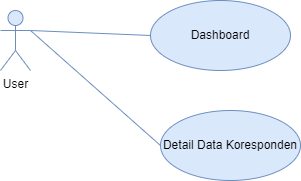
Earlier version of the draw.io export assets/Use Case - UTS Mobile.drawio.png (Muhammad-Al-Kindy/Mobile_Programming_Final_Exams). Source tidied: cells renumbered, new cells last; positions are measured from the earlier drawing's top-left corner, leaving out a move shared by most shapes.
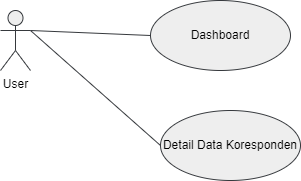
The same diagram one commit later.

Diff of the diagram source:
```diff
@@ -2,19 +2,19 @@
   <root>
     <mxCell id="0" />
     <mxCell id="1" parent="0" />
-    <mxCell id="2" style="rounded=0;jettySize=auto;html=1;endArrow=none;endFill=0;entryX=0;entryY=0.5;entryDx=0;entryDy=0;exitX=1;exitY=0.3333333333333333;exitDx=0;exitDy=0;exitPerimeter=0;fillColor=#dae8fc;strokeColor=#6c8ebf;" parent="1" edge="1" source="3" target="4">
+    <mxCell id="2" style="rounded=0;jettySize=auto;html=1;endArrow=none;endFill=0;entryX=0;entryY=0.5;entryDx=0;entryDy=0;exitX=1;exitY=0.3333333333333333;exitDx=0;exitDy=0;exitPerimeter=0;fillColor=#eeeeee;strokeColor=#36393d;" parent="1" edge="1" source="3" target="4">
       <mxGeometry relative="1" as="geometry" />
     </mxCell>
-    <mxCell id="3" value="User" style="shape=umlActor;verticalLabelPosition=bottom;verticalAlign=top;html=1;fillColor=#dae8fc;strokeColor=#6c8ebf;" parent="1" vertex="1">
+    <mxCell id="3" value="User" style="shape=umlActor;verticalLabelPosition=bottom;verticalAlign=top;html=1;fillColor=#eeeeee;strokeColor=#36393d;" parent="1" vertex="1">
       <mxGeometry y="10" width="30" height="60" as="geometry" />
     </mxCell>
-    <mxCell id="4" value="Dashboard" style="ellipse;whiteSpace=wrap;html=1;fillColor=#dae8fc;strokeColor=#6c8ebf;" parent="1" vertex="1">
+    <mxCell id="4" value="Dashboard" style="ellipse;whiteSpace=wrap;html=1;fillColor=#eeeeee;strokeColor=#36393d;" parent="1" vertex="1">
       <mxGeometry x="150" width="140" height="70" as="geometry" />
     </mxCell>
-    <mxCell id="5" value="Detail Data Koresponden" style="ellipse;whiteSpace=wrap;html=1;fillColor=#dae8fc;strokeColor=#6c8ebf;" parent="1" vertex="1">
+    <mxCell id="5" value="Detail Data Koresponden" style="ellipse;whiteSpace=wrap;html=1;fillColor=#eeeeee;strokeColor=#36393d;" parent="1" vertex="1">
       <mxGeometry x="160" y="110" width="140" height="70" as="geometry" />
     </mxCell>
-    <mxCell id="6" style="rounded=0;jettySize=auto;html=1;endArrow=none;endFill=0;entryX=0;entryY=0.5;entryDx=0;entryDy=0;exitX=1;exitY=0.3333333333333333;exitDx=0;exitDy=0;exitPerimeter=0;fillColor=#dae8fc;strokeColor=#6c8ebf;" parent="1" edge="1" source="3" target="5">
+    <mxCell id="6" style="rounded=0;jettySize=auto;html=1;endArrow=none;endFill=0;entryX=0;entryY=0.5;entryDx=0;entryDy=0;exitX=1;exitY=0.3333333333333333;exitDx=0;exitDy=0;exitPerimeter=0;fillColor=#eeeeee;strokeColor=#36393d;" parent="1" edge="1" source="3" target="5">
       <mxGeometry relative="1" as="geometry" />
     </mxCell>
   </root>
```
